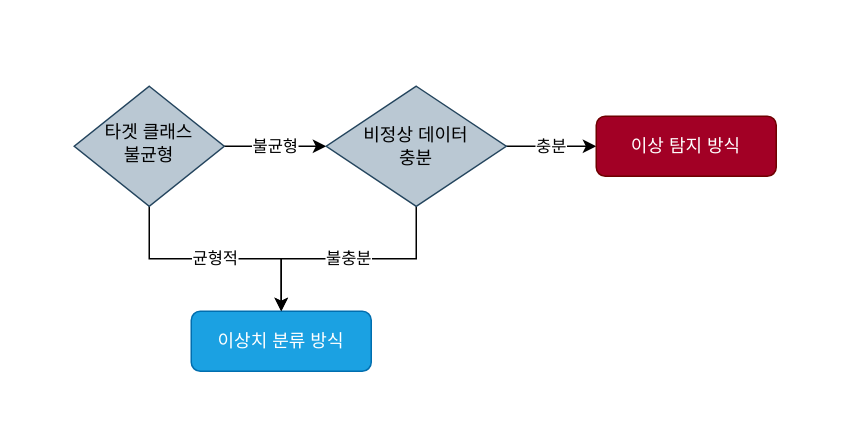
Before: lecture05/제목 없는 다이어그램.drawio in dandacompany/kmu-practical-ds-2024, a draw.io diagram. Source tidied: cells renumbered, new cells numbered last; positions are measured from the earlier drawing's top-left corner, leaving out a move shared by most shapes. Both pictures are drawn from the tidied source at 150%, with x=0, y=0 at pixel (74, 86).
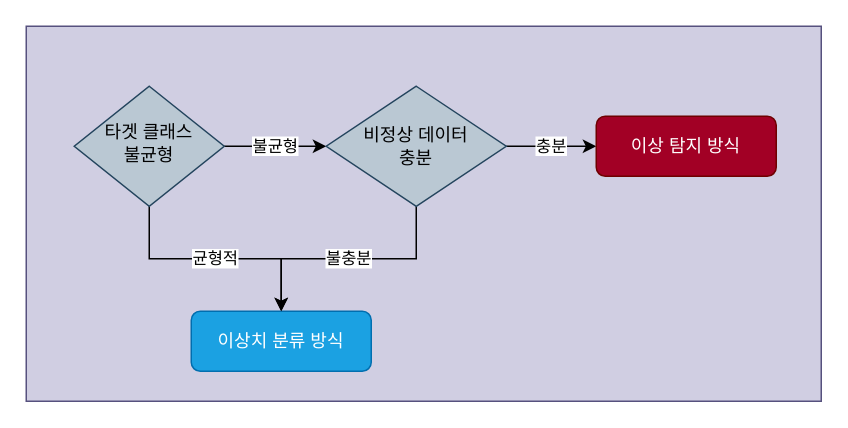
Above is the later version.

Commit message (it also covers changes not shown here):
제목 없는 다이어그램.drawio 업데이트

The edit, as a diff of the source:
```diff
@@
 <mxGraphModel>
   <root>
     <mxCell id="0" />
     <mxCell id="1" parent="0" />
+    <mxCell id="10" style="rounded=0;whiteSpace=wrap;html=1;fillColor=#d0cee2;strokeColor=#56517e;" parent="1" vertex="1">
+      <mxGeometry x="-32" y="-40" width="530" height="250" as="geometry" />
+    </mxCell>
     <mxCell id="2" value="균형적" style="edgeStyle=orthogonalEdgeStyle;rounded=0;jettySize=auto;html=1;" parent="1" edge="1" source="4" target="5">
       <mxGeometry relative="1" as="geometry" />
     </mxCell>
     <mxCell id="3" value="불균형" style="edgeStyle=orthogonalEdgeStyle;rounded=0;jettySize=auto;html=1;" parent="1" edge="1" source="4" target="8">
       <mxGeometry relative="1" as="geometry" />
     </mxCell>
     <mxCell id="4" value="타겟 클래스&lt;div&gt;불균형&lt;/div&gt;" style="rhombus;whiteSpace=wrap;html=1;shadow=0;fontFamily=Helvetica;fontSize=12;align=center;strokeWidth=1;spacing=6;spacingTop=-4;fillColor=#bac8d3;strokeColor=#23445d;" parent="1" vertex="1">
       <mxGeometry width="100" height="80" as="geometry" />
     </mxCell>
     <mxCell id="5" value="이상치 분류 방식" style="rounded=1;whiteSpace=wrap;html=1;fontSize=12;glass=0;strokeWidth=1;shadow=0;fillColor=#1ba1e2;strokeColor=#006EAF;fontColor=#ffffff;" parent="1" vertex="1">
       <mxGeometry x="78" y="150" width="120" height="40" as="geometry" />
     </mxCell>
     <mxCell id="6" value="불충분" style="edgeStyle=orthogonalEdgeStyle;rounded=0;jettySize=auto;html=1;" parent="1" edge="1" source="8" target="5">
       <mxGeometry relative="1" as="geometry" />
     </mxCell>
     <mxCell id="7" value="충분" style="edgeStyle=orthogonalEdgeStyle;rounded=0;jettySize=auto;html=1;" parent="1" edge="1" source="8" target="9">
       <mxGeometry relative="1" as="geometry" />
     </mxCell>
     <mxCell id="8" value="비정상 데이터&lt;div&gt;충분&lt;/div&gt;" style="rhombus;whiteSpace=wrap;html=1;fillColor=#bac8d3;strokeColor=#23445d;" parent="1" vertex="1">
       <mxGeometry x="168" width="120" height="80" as="geometry" />
     </mxCell>
     <mxCell id="9" value="이상 탐지 방식" style="rounded=1;whiteSpace=wrap;html=1;labelBackgroundColor=none;fillColor=#a20025;strokeColor=#6F0000;fontColor=#ffffff;" parent="1" vertex="1">
       <mxGeometry x="348" y="20" width="120" height="40" as="geometry" />
     </mxCell>
   </root>
 </mxGraphModel>
```
